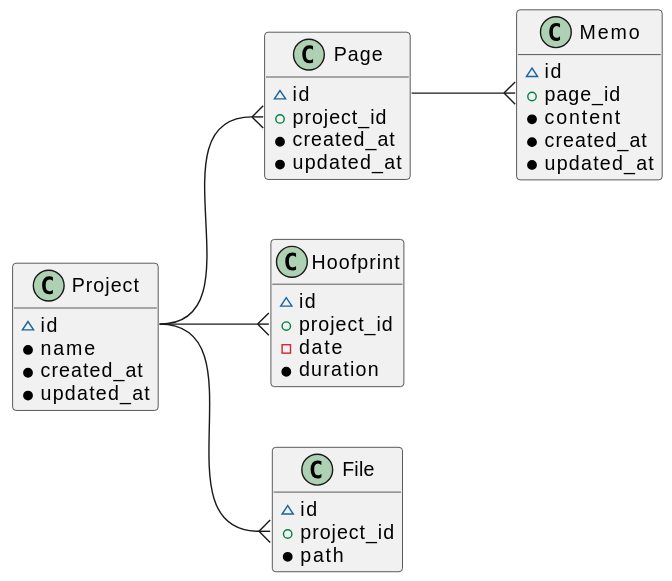
Above: doc/er-diagram.svg in tkmfujise/trot_editor (PlantUML), before the change.
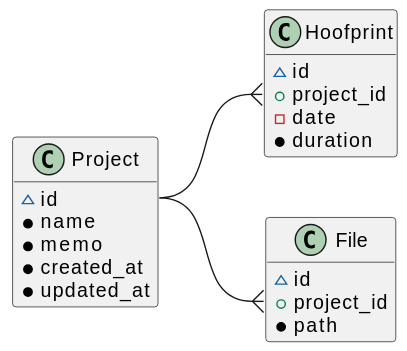
After the change.

Diff of the diagram source:
```diff
@@ -2,19 +2,7 @@
 class Project {
   ~ id
   * name
-  * created_at
-  * updated_at
-}
-class Page {
-  ~ id
-  + project_id
-  * created_at
-  * updated_at
-}
-class Memo {
-  ~ id
-  + page_id
-  * content
+  * memo
   * created_at
   * updated_at
 }
@@ -33,8 +21,6 @@
 hide methods
 left to right direction
 
-Project::id --{ Page::project_id
-Page::id    --{ Memo::page_id
 Project::id --{ Hoofprint::project_id
 Project::id --{ File::project_id
 @enduml
```
